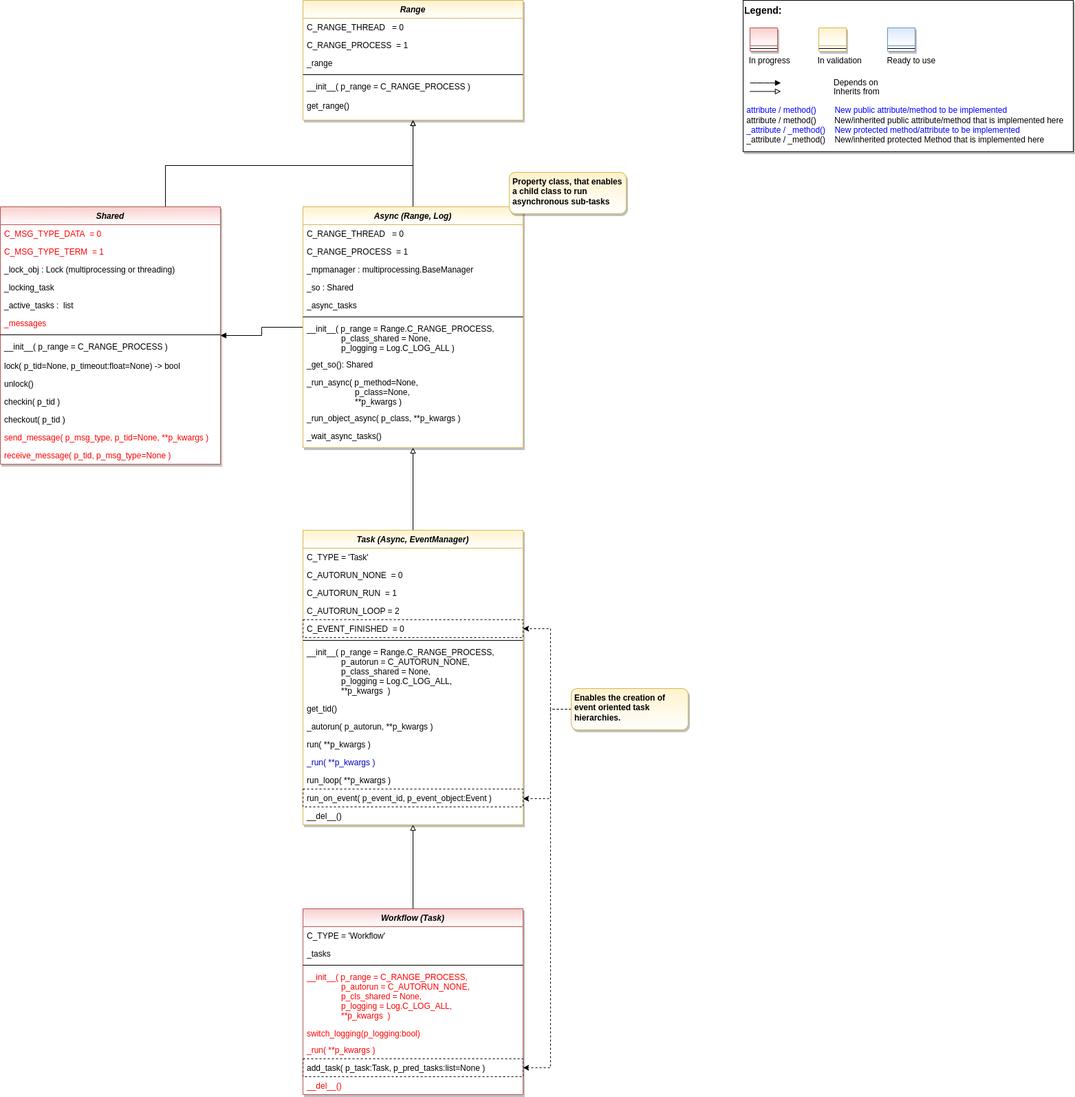
The draw.io diagram doc/rtd/content/append2/core/images/bf/MLPro-BF-MT_class_diagram.drawio.png in fhswf/MLPro, before a commit. Source tidied: cells renumbered, new cells last; positions are measured from the earlier drawing's top-left corner, leaving out a move shared by most shapes.
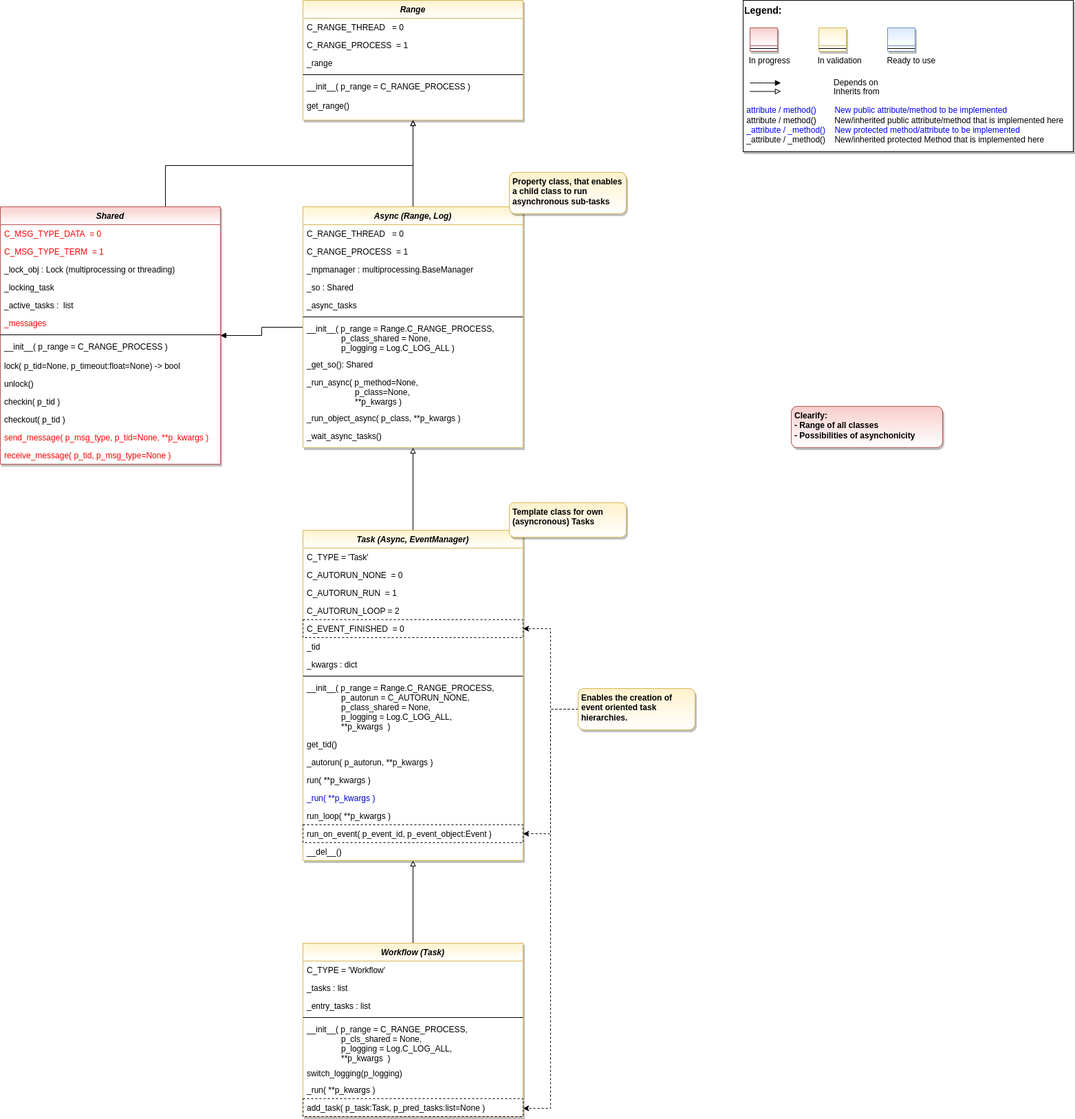
Above is the later version.

Diff of the diagram source:
```diff
@@ -145,7 +145,7 @@
       <mxGeometry relative="1" as="geometry" />
     </mxCell>
     <mxCell id="44" value="Task (Async, EventManager)" style="swimlane;fontStyle=3;align=center;verticalAlign=top;horizontal=1;startSize=26;rounded=0;shadow=1;strokeWidth=1;fillColor=#fff2cc;strokeColor=#d6b656;glass=0;swimlaneFillColor=#ffffff;gradientColor=#FFFFFF;" parent="1" vertex="1">
-      <mxGeometry x="440" y="770" width="320" height="428" as="geometry" />
+      <mxGeometry x="440" y="770" width="320" height="480" as="geometry" />
     </mxCell>
     <mxCell id="45" value="C_TYPE = 'Task'" style="text;align=left;verticalAlign=top;spacingLeft=4;spacingRight=4;overflow=hidden;" parent="44" vertex="1">
       <mxGeometry y="26" width="320" height="26" as="geometry" />
@@ -162,68 +162,74 @@
     <mxCell id="49" value="C_EVENT_FINISHED  = 0" style="text;align=left;verticalAlign=top;spacingLeft=4;spacingRight=4;overflow=hidden;points=[[0,0.5],[1,0.5]];portConstraint=eastwest;strokeColor=default;dashed=1;" parent="44" vertex="1">
       <mxGeometry y="130" width="320" height="26" as="geometry" />
     </mxCell>
+    <mxCell id="80" value="_tid" style="text;align=left;verticalAlign=top;spacingLeft=4;spacingRight=4;overflow=hidden;" parent="44" vertex="1">
+      <mxGeometry y="156" width="320" height="26" as="geometry" />
+    </mxCell>
+    <mxCell id="81" value="_kwargs : dict" style="text;align=left;verticalAlign=top;spacingLeft=4;spacingRight=4;overflow=hidden;" parent="44" vertex="1">
+      <mxGeometry y="182" width="320" height="26" as="geometry" />
+    </mxCell>
     <mxCell id="50" style="line;html=1;strokeWidth=1;align=left;verticalAlign=middle;spacingTop=-1;spacingLeft=3;spacingRight=3;labelPosition=right;" parent="44" vertex="1">
-      <mxGeometry y="156" width="320" height="8" as="geometry" />
+      <mxGeometry y="208" width="320" height="8" as="geometry" />
     </mxCell>
     <mxCell id="51" value="__init__( p_range = Range.C_RANGE_PROCESS,&#10;               p_autorun = C_AUTORUN_NONE,&#10;               p_class_shared = None,&#10;               p_logging = Log.C_LOG_ALL,&#10;               **p_kwargs  )" style="text;align=left;verticalAlign=top;spacingLeft=4;spacingRight=4;overflow=hidden;fontColor=default;" parent="44" vertex="1">
-      <mxGeometry y="164" width="320" height="82" as="geometry" />
+      <mxGeometry y="216" width="320" height="82" as="geometry" />
     </mxCell>
     <mxCell id="52" value="get_tid()" style="text;align=left;verticalAlign=top;spacingLeft=4;spacingRight=4;overflow=hidden;fontColor=default;" parent="44" vertex="1">
-      <mxGeometry y="246" width="320" height="26" as="geometry" />
+      <mxGeometry y="298" width="320" height="26" as="geometry" />
     </mxCell>
     <mxCell id="53" value="_autorun( p_autorun, **p_kwargs )" style="text;align=left;verticalAlign=top;spacingLeft=4;spacingRight=4;overflow=hidden;fontColor=default;" parent="44" vertex="1">
-      <mxGeometry y="272" width="320" height="26" as="geometry" />
+      <mxGeometry y="324" width="320" height="26" as="geometry" />
     </mxCell>
     <mxCell id="54" value="run( **p_kwargs )" style="text;align=left;verticalAlign=top;spacingLeft=4;spacingRight=4;overflow=hidden;" parent="44" vertex="1">
-      <mxGeometry y="298" width="320" height="26" as="geometry" />
+      <mxGeometry y="350" width="320" height="26" as="geometry" />
     </mxCell>
     <mxCell id="55" value="_run( **p_kwargs )" style="text;align=left;verticalAlign=top;spacingLeft=4;spacingRight=4;overflow=hidden;fontColor=#0000CC;" parent="44" vertex="1">
-      <mxGeometry y="324" width="320" height="26" as="geometry" />
+      <mxGeometry y="376" width="320" height="26" as="geometry" />
     </mxCell>
     <mxCell id="56" value="run_loop( **p_kwargs )" style="text;align=left;verticalAlign=top;spacingLeft=4;spacingRight=4;overflow=hidden;fontColor=default;" parent="44" vertex="1">
-      <mxGeometry y="350" width="320" height="26" as="geometry" />
+      <mxGeometry y="402" width="320" height="26" as="geometry" />
     </mxCell>
     <mxCell id="57" value="run_on_event( p_event_id, p_event_object:Event )" style="text;align=left;verticalAlign=top;spacingLeft=4;spacingRight=4;overflow=hidden;points=[[0,0.5],[1,0.5]];portConstraint=eastwest;fontColor=default;labelBorderColor=none;strokeColor=default;dashed=1;" parent="44" vertex="1">
-      <mxGeometry y="376" width="320" height="26" as="geometry" />
+      <mxGeometry y="428" width="320" height="26" as="geometry" />
     </mxCell>
     <mxCell id="58" value="__del__()" style="text;align=left;verticalAlign=top;spacingLeft=4;spacingRight=4;overflow=hidden;fontColor=default;" parent="44" vertex="1">
-      <mxGeometry y="402" width="320" height="26" as="geometry" />
+      <mxGeometry y="454" width="320" height="26" as="geometry" />
     </mxCell>
     <mxCell id="59" style="edgeStyle=orthogonalEdgeStyle;rounded=0;jettySize=auto;html=1;fontColor=#0000CC;endArrow=block;endFill=0;" parent="1" edge="1" source="60" target="44">
       <mxGeometry relative="1" as="geometry" />
     </mxCell>
-    <mxCell id="60" value="Workflow (Task)" style="swimlane;fontStyle=3;align=center;verticalAlign=top;horizontal=1;startSize=26;rounded=0;shadow=1;strokeWidth=1;fillColor=#f8cecc;strokeColor=#b85450;glass=0;swimlaneFillColor=#ffffff;gradientColor=#ffffff;" parent="1" vertex="1">
-      <mxGeometry x="440" y="1320" width="320" height="270" as="geometry" />
+    <mxCell id="60" value="Workflow (Task)" style="swimlane;fontStyle=3;align=center;verticalAlign=top;horizontal=1;startSize=26;rounded=0;shadow=1;strokeWidth=1;fillColor=#fff2cc;strokeColor=#d6b656;glass=0;swimlaneFillColor=#ffffff;gradientColor=#FFFFFF;" parent="1" vertex="1">
+      <mxGeometry x="440" y="1370" width="320" height="252" as="geometry" />
     </mxCell>
     <mxCell id="61" value="C_TYPE = 'Workflow'" style="text;align=left;verticalAlign=top;spacingLeft=4;spacingRight=4;overflow=hidden;" parent="60" vertex="1">
       <mxGeometry y="26" width="320" height="26" as="geometry" />
     </mxCell>
-    <mxCell id="62" value="_tasks" style="text;align=left;verticalAlign=top;spacingLeft=4;spacingRight=4;overflow=hidden;" parent="60" vertex="1">
+    <mxCell id="62" value="_tasks : list" style="text;align=left;verticalAlign=top;spacingLeft=4;spacingRight=4;overflow=hidden;" parent="60" vertex="1">
       <mxGeometry y="52" width="320" height="26" as="geometry" />
     </mxCell>
+    <mxCell id="82" value="_entry_tasks : list" style="text;align=left;verticalAlign=top;spacingLeft=4;spacingRight=4;overflow=hidden;" parent="60" vertex="1">
+      <mxGeometry y="78" width="320" height="26" as="geometry" />
+    </mxCell>
     <mxCell id="63" style="line;html=1;strokeWidth=1;align=left;verticalAlign=middle;spacingTop=-1;spacingLeft=3;spacingRight=3;labelPosition=right;" parent="60" vertex="1">
-      <mxGeometry y="78" width="320" height="8" as="geometry" />
+      <mxGeometry y="104" width="320" height="8" as="geometry" />
     </mxCell>
-    <mxCell id="64" value="__init__( p_range = C_RANGE_PROCESS,&#10;               p_autorun = C_AUTORUN_NONE,&#10;               p_cls_shared = None,&#10;               p_logging = Log.C_LOG_ALL,&#10;               **p_kwargs  )" style="text;align=left;verticalAlign=top;spacingLeft=4;spacingRight=4;overflow=hidden;fontColor=#FF0000;" parent="60" vertex="1">
-      <mxGeometry y="86" width="320" height="82" as="geometry" />
+    <mxCell id="64" value="__init__( p_range = C_RANGE_PROCESS,&#10;               p_cls_shared = None,&#10;               p_logging = Log.C_LOG_ALL,&#10;               **p_kwargs  )" style="text;align=left;verticalAlign=top;spacingLeft=4;spacingRight=4;overflow=hidden;fontColor=default;" parent="60" vertex="1">
+      <mxGeometry y="112" width="320" height="64" as="geometry" />
     </mxCell>
-    <mxCell id="65" value="switch_logging(p_logging:bool)" style="text;align=left;verticalAlign=top;spacingLeft=4;spacingRight=4;overflow=hidden;fontColor=#FF0000;" parent="60" vertex="1">
-      <mxGeometry y="168" width="320" height="24" as="geometry" />
+    <mxCell id="65" value="switch_logging(p_logging)" style="text;align=left;verticalAlign=top;spacingLeft=4;spacingRight=4;overflow=hidden;fontColor=default;" parent="60" vertex="1">
+      <mxGeometry y="176" width="320" height="24" as="geometry" />
     </mxCell>
-    <mxCell id="66" value="_run( **p_kwargs )" style="text;align=left;verticalAlign=top;spacingLeft=4;spacingRight=4;overflow=hidden;fontColor=#FF0000;" parent="60" vertex="1">
-      <mxGeometry y="192" width="320" height="26" as="geometry" />
+    <mxCell id="66" value="_run( **p_kwargs )" style="text;align=left;verticalAlign=top;spacingLeft=4;spacingRight=4;overflow=hidden;fontColor=default;" parent="60" vertex="1">
+      <mxGeometry y="200" width="320" height="26" as="geometry" />
     </mxCell>
     <mxCell id="67" value="add_task( p_task:Task, p_pred_tasks:list=None )" style="text;align=left;verticalAlign=top;spacingLeft=4;spacingRight=4;overflow=hidden;points=[[0,0.5],[1,0.5]];portConstraint=eastwest;fontColor=default;strokeColor=default;dashed=1;" parent="60" vertex="1">
-      <mxGeometry y="218" width="320" height="26" as="geometry" />
+      <mxGeometry y="226" width="320" height="26" as="geometry" />
     </mxCell>
-    <mxCell id="68" value="__del__()" style="text;align=left;verticalAlign=top;spacingLeft=4;spacingRight=4;overflow=hidden;fontColor=#FF0000;" parent="60" vertex="1">
-      <mxGeometry y="244" width="320" height="26" as="geometry" />
-    </mxCell>
     <mxCell id="69" style="edgeStyle=orthogonalEdgeStyle;rounded=0;jettySize=auto;html=1;fontColor=#FF0000;exitX=0;exitY=0.5;exitDx=0;exitDy=0;dashed=1;" parent="1" edge="1" source="72" target="57">
       <mxGeometry relative="1" as="geometry">
         <Array as="points">
           <mxPoint x="800" y="1030" />
-          <mxPoint x="800" y="1160" />
+          <mxPoint x="800" y="1211" />
         </Array>
       </mxGeometry>
     </mxCell>
@@ -239,12 +245,12 @@
       <mxGeometry relative="1" as="geometry">
         <Array as="points">
           <mxPoint x="800" y="1030" />
-          <mxPoint x="800" y="1551" />
+          <mxPoint x="800" y="1610" />
         </Array>
       </mxGeometry>
     </mxCell>
     <mxCell id="72" value="Enables the creation of event oriented task hierarchies." style="rounded=1;whiteSpace=wrap;html=1;fillColor=#fff2cc;strokeColor=#d6b656;shadow=1;gradientColor=#ffffff;fontStyle=1;align=left;verticalAlign=top;spacingRight=3;spacingLeft=3;" parent="1" vertex="1">
-      <mxGeometry x="830" y="1000" width="170" height="60" as="geometry" />
+      <mxGeometry x="840" y="1000" width="170" height="60" as="geometry" />
     </mxCell>
     <mxCell id="73" value="Range" style="swimlane;fontStyle=3;align=center;verticalAlign=top;horizontal=1;startSize=26;rounded=0;shadow=1;strokeWidth=1;fillColor=#fff2cc;strokeColor=#d6b656;glass=0;swimlaneFillColor=#ffffff;gradientColor=#FFFFFF;" parent="1" vertex="1">
       <mxGeometry x="440" width="320" height="174" as="geometry" />
@@ -267,5 +273,11 @@
     <mxCell id="79" value="get_range()" style="text;align=left;verticalAlign=top;spacingLeft=4;spacingRight=4;overflow=hidden;fontColor=default;" parent="73" vertex="1">
       <mxGeometry y="140" width="320" height="34" as="geometry" />
     </mxCell>
+    <mxCell id="83" value="Template class for own (asyncronous) Tasks" style="rounded=1;whiteSpace=wrap;html=1;fillColor=#fff2cc;strokeColor=#d6b656;shadow=1;gradientColor=#ffffff;fontStyle=1;align=left;verticalAlign=top;spacingRight=3;spacingLeft=3;" parent="1" vertex="1">
+      <mxGeometry x="740" y="730" width="170" height="50" as="geometry" />
+    </mxCell>
+    <mxCell id="84" value="Clearify: &lt;br&gt;- Range of all classes&lt;br&gt;- Possibilities of asynchonicity" style="rounded=1;whiteSpace=wrap;html=1;fillColor=#f8cecc;strokeColor=#b85450;shadow=1;fontStyle=1;align=left;verticalAlign=top;spacingRight=3;spacingLeft=3;gradientColor=#FFFFFF;" parent="1" vertex="1">
+      <mxGeometry x="1150" y="590" width="220" height="60" as="geometry" />
+    </mxCell>
   </root>
 </mxGraphModel>
```
